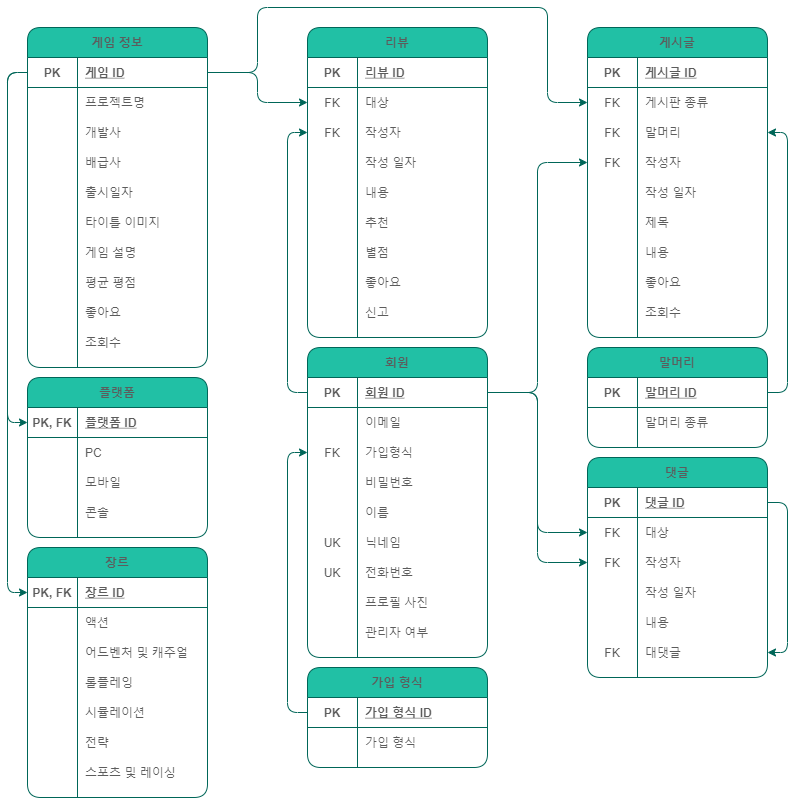
Before: MIMIC-ERD.drawio.png, a diagram exported from draw.io (Bolgasaliee/SZ.SecondFinal-Database). Source tidied: cells renumbered, new cells last; positions are measured from the earlier drawing's top-left corner, leaving out a move shared by most shapes.
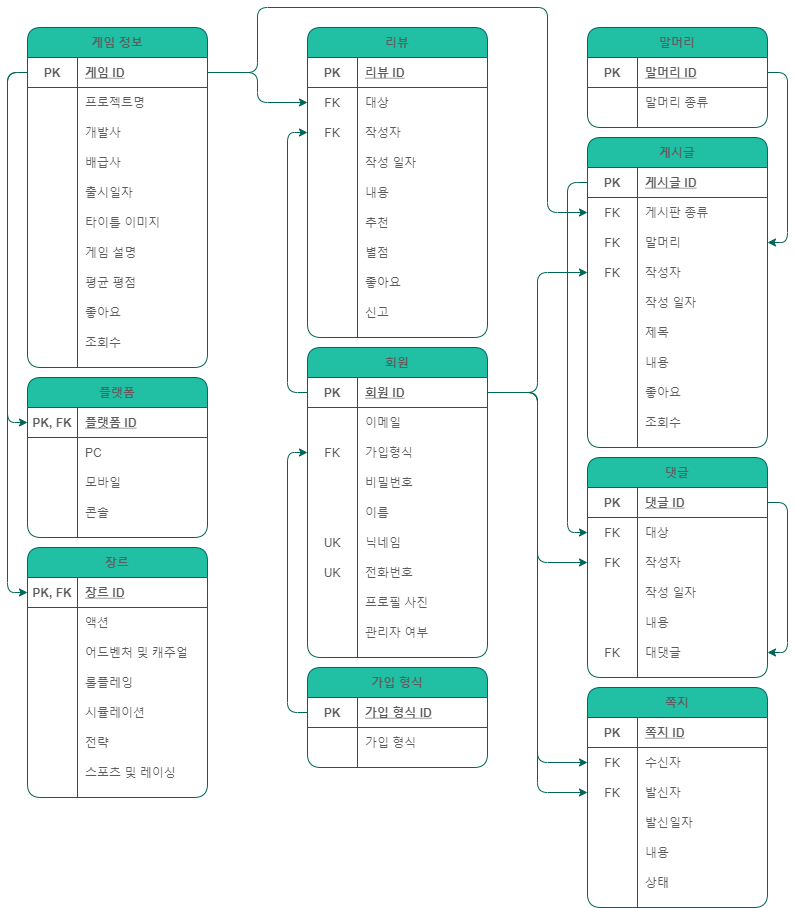
Later version of the same file.

Change to the diagram source:
```diff
@@ -87,7 +87,7 @@
       <mxGeometry x="50" width="130" height="30" as="geometry" />
     </mxCell>
     <mxCell id="30" value="게시글" style="shape=table;startSize=30;rowLines=0;fontStyle=1;align=center;fillColor=#21C0A5;strokeColor=#006658;fontColor=#5C5C5C;rounded=1;" parent="1" vertex="1">
-      <mxGeometry x="560" y="20" width="180" height="310" as="geometry" />
+      <mxGeometry x="560" y="130" width="180" height="310" as="geometry" />
     </mxCell>
     <mxCell id="31" style="shape=partialRectangle;fillColor=none;top=0;left=0;bottom=1;right=0;points=[[0,0.5],[1,0.5]];portConstraint=eastwest;strokeColor=#006658;fontColor=#5C5C5C;rounded=1;" parent="30" vertex="1">
       <mxGeometry y="30" width="180" height="30" as="geometry" />
@@ -173,7 +173,7 @@
     <mxCell id="58" value="댓글" style="shape=table;startSize=30;rowLines=0;fontStyle=1;align=center;fillColor=#21C0A5;strokeColor=#006658;fontColor=#5C5C5C;rounded=1;" parent="1" vertex="1">
       <mxGeometry x="560" y="450" width="180" height="220" as="geometry" />
     </mxCell>
-    <mxCell id="59" style="edgeStyle=orthogonalEdgeStyle;curved=0;rounded=1;sketch=0;jettySize=auto;html=1;exitX=1;exitY=0.5;exitDx=0;exitDy=0;entryX=1;entryY=0.5;entryDx=0;entryDy=0;fontColor=#5C5C5C;strokeColor=#006658;fillColor=#21C0A5;" parent="58" edge="1" source="60" target="75">
+    <mxCell id="59" style="edgeStyle=orthogonalEdgeStyle;curved=0;sketch=0;jettySize=auto;html=1;exitX=1;exitY=0.5;exitDx=0;exitDy=0;entryX=1;entryY=0.5;entryDx=0;entryDy=0;fontColor=#5C5C5C;strokeColor=#006658;fillColor=#21C0A5;" parent="58" edge="1" source="60" target="75">
       <mxGeometry relative="1" as="geometry" />
     </mxCell>
     <mxCell id="60" style="shape=partialRectangle;fillColor=none;top=0;left=0;bottom=1;right=0;points=[[0,0.5],[1,0.5]];portConstraint=eastwest;strokeColor=#006658;fontColor=#5C5C5C;rounded=1;" parent="58" vertex="1">
@@ -252,7 +252,7 @@
       <mxGeometry x="50" width="130" height="30" as="geometry" />
     </mxCell>
     <mxCell id="85" value="말머리" style="shape=table;startSize=30;rowLines=0;fontStyle=1;align=center;fillColor=#21C0A5;strokeColor=#006658;fontColor=#5C5C5C;rounded=1;" parent="1" vertex="1">
-      <mxGeometry x="560" y="340" width="180" height="100" as="geometry" />
+      <mxGeometry x="560" y="20" width="180" height="100" as="geometry" />
     </mxCell>
     <mxCell id="86" style="shape=partialRectangle;fillColor=none;top=0;left=0;bottom=1;right=0;points=[[0,0.5],[1,0.5]];portConstraint=eastwest;strokeColor=#006658;fontColor=#5C5C5C;rounded=1;" parent="85" vertex="1">
       <mxGeometry y="30" width="180" height="30" as="geometry" />
@@ -569,42 +569,105 @@
     <mxCell id="188" value="조회수" style="shape=partialRectangle;fillColor=none;top=0;left=0;bottom=0;right=0;align=left;spacingLeft=6;overflow=hidden;strokeColor=#006658;fontColor=#5C5C5C;rounded=1;" parent="186" vertex="1">
       <mxGeometry x="50" width="130" height="30" as="geometry" />
     </mxCell>
-    <mxCell id="189" style="edgeStyle=orthogonalEdgeStyle;curved=0;rounded=1;sketch=0;jettySize=auto;html=1;exitX=0;exitY=0.5;exitDx=0;exitDy=0;entryX=0;entryY=0.5;entryDx=0;entryDy=0;fontColor=#5C5C5C;strokeColor=#006658;fillColor=#21C0A5;" parent="1" edge="1" source="159" target="96">
+    <mxCell id="189" style="edgeStyle=orthogonalEdgeStyle;curved=0;sketch=0;jettySize=auto;html=1;exitX=0;exitY=0.5;exitDx=0;exitDy=0;entryX=0;entryY=0.5;entryDx=0;entryDy=0;fontColor=#5C5C5C;strokeColor=#006658;fillColor=#21C0A5;" parent="1" edge="1" source="159" target="96">
       <mxGeometry relative="1" as="geometry" />
     </mxCell>
-    <mxCell id="190" style="edgeStyle=orthogonalEdgeStyle;curved=0;rounded=1;sketch=0;jettySize=auto;html=1;exitX=0;exitY=0.5;exitDx=0;exitDy=0;entryX=0;entryY=0.5;entryDx=0;entryDy=0;fontColor=#5C5C5C;strokeColor=#006658;fillColor=#21C0A5;" parent="1" edge="1" source="159" target="137">
+    <mxCell id="190" style="edgeStyle=orthogonalEdgeStyle;curved=0;sketch=0;jettySize=auto;html=1;exitX=0;exitY=0.5;exitDx=0;exitDy=0;entryX=0;entryY=0.5;entryDx=0;entryDy=0;fontColor=#5C5C5C;strokeColor=#006658;fillColor=#21C0A5;" parent="1" edge="1" source="159" target="137">
       <mxGeometry relative="1" as="geometry" />
     </mxCell>
-    <mxCell id="191" style="edgeStyle=orthogonalEdgeStyle;curved=0;rounded=1;sketch=0;jettySize=auto;html=1;exitX=1;exitY=0.5;exitDx=0;exitDy=0;fontColor=#5C5C5C;strokeColor=#006658;fillColor=#21C0A5;" parent="1" edge="1" source="159" target="112">
+    <mxCell id="191" style="edgeStyle=orthogonalEdgeStyle;curved=0;sketch=0;jettySize=auto;html=1;exitX=1;exitY=0.5;exitDx=0;exitDy=0;fontColor=#5C5C5C;strokeColor=#006658;fillColor=#21C0A5;" parent="1" edge="1" source="159" target="112">
       <mxGeometry relative="1" as="geometry" />
     </mxCell>
-    <mxCell id="192" style="edgeStyle=orthogonalEdgeStyle;curved=0;rounded=1;sketch=0;jettySize=auto;html=1;exitX=0;exitY=0.5;exitDx=0;exitDy=0;entryX=0;entryY=0.5;entryDx=0;entryDy=0;fontColor=#5C5C5C;strokeColor=#006658;fillColor=#21C0A5;" parent="1" edge="1" source="3" target="115">
+    <mxCell id="192" style="edgeStyle=orthogonalEdgeStyle;curved=0;sketch=0;jettySize=auto;html=1;exitX=0;exitY=0.5;exitDx=0;exitDy=0;entryX=0;entryY=0.5;entryDx=0;entryDy=0;fontColor=#5C5C5C;strokeColor=#006658;fillColor=#21C0A5;" parent="1" edge="1" source="3" target="115">
       <mxGeometry relative="1" as="geometry" />
     </mxCell>
-    <mxCell id="193" style="edgeStyle=orthogonalEdgeStyle;curved=0;rounded=1;sketch=0;jettySize=auto;html=1;exitX=0;exitY=0.5;exitDx=0;exitDy=0;entryX=0;entryY=0.5;entryDx=0;entryDy=0;fontColor=#5C5C5C;strokeColor=#006658;fillColor=#21C0A5;" parent="1" edge="1" source="79" target="9">
+    <mxCell id="193" style="edgeStyle=orthogonalEdgeStyle;curved=0;sketch=0;jettySize=auto;html=1;exitX=0;exitY=0.5;exitDx=0;exitDy=0;entryX=0;entryY=0.5;entryDx=0;entryDy=0;fontColor=#5C5C5C;strokeColor=#006658;fillColor=#21C0A5;" parent="1" edge="1" source="79" target="9">
       <mxGeometry relative="1" as="geometry" />
     </mxCell>
-    <mxCell id="194" style="edgeStyle=orthogonalEdgeStyle;curved=0;rounded=1;sketch=0;jettySize=auto;html=1;exitX=1;exitY=0.5;exitDx=0;exitDy=0;entryX=0;entryY=0.5;entryDx=0;entryDy=0;fontColor=#5C5C5C;strokeColor=#006658;fillColor=#21C0A5;" parent="1" edge="1" source="3" target="40">
+    <mxCell id="194" style="edgeStyle=orthogonalEdgeStyle;curved=0;sketch=0;jettySize=auto;html=1;exitX=1;exitY=0.5;exitDx=0;exitDy=0;entryX=0;entryY=0.5;entryDx=0;entryDy=0;fontColor=#5C5C5C;strokeColor=#006658;fillColor=#21C0A5;" parent="1" edge="1" source="3" target="40">
       <mxGeometry relative="1" as="geometry" />
     </mxCell>
-    <mxCell id="195" style="edgeStyle=orthogonalEdgeStyle;curved=0;rounded=1;sketch=0;jettySize=auto;html=1;exitX=1;exitY=0.5;exitDx=0;exitDy=0;entryX=0;entryY=0.5;entryDx=0;entryDy=0;fontColor=#5C5C5C;strokeColor=#006658;fillColor=#21C0A5;" parent="1" edge="1" source="3" target="63">
-      <mxGeometry relative="1" as="geometry" />
-    </mxCell>
-    <mxCell id="196" style="edgeStyle=orthogonalEdgeStyle;curved=0;rounded=1;sketch=0;jettySize=auto;html=1;exitX=1;exitY=0.5;exitDx=0;exitDy=0;entryX=0;entryY=0.5;entryDx=0;entryDy=0;fontColor=#5C5C5C;strokeColor=#006658;fillColor=#21C0A5;" parent="1" edge="1" source="3" target="66">
+    <mxCell id="196" style="edgeStyle=orthogonalEdgeStyle;curved=0;sketch=0;jettySize=auto;html=1;exitX=1;exitY=0.5;exitDx=0;exitDy=0;entryX=0;entryY=0.5;entryDx=0;entryDy=0;fontColor=#5C5C5C;strokeColor=#006658;fillColor=#21C0A5;" parent="1" edge="1" source="3" target="66">
       <mxGeometry relative="1" as="geometry" />
     </mxCell>
-    <mxCell id="197" style="edgeStyle=orthogonalEdgeStyle;curved=0;rounded=1;sketch=0;jettySize=auto;html=1;exitX=1;exitY=0.5;exitDx=0;exitDy=0;entryX=1;entryY=0.5;entryDx=0;entryDy=0;fontColor=#5C5C5C;strokeColor=#006658;fillColor=#21C0A5;" parent="1" edge="1" source="86" target="37">
+    <mxCell id="197" style="edgeStyle=orthogonalEdgeStyle;curved=0;sketch=0;jettySize=auto;html=1;exitX=1;exitY=0.5;exitDx=0;exitDy=0;entryX=1;entryY=0.5;entryDx=0;entryDy=0;fontColor=#5C5C5C;strokeColor=#006658;fillColor=#21C0A5;" parent="1" edge="1" source="86" target="37">
       <mxGeometry relative="1" as="geometry" />
     </mxCell>
-    <mxCell id="198" style="edgeStyle=orthogonalEdgeStyle;curved=0;rounded=1;sketch=0;jettySize=auto;html=1;exitX=1;exitY=0.5;exitDx=0;exitDy=0;entryX=0;entryY=0.5;entryDx=0;entryDy=0;fontColor=#5C5C5C;strokeColor=#006658;fillColor=#21C0A5;" parent="1" edge="1" source="159" target="34">
+    <mxCell id="198" style="edgeStyle=orthogonalEdgeStyle;curved=0;sketch=0;jettySize=auto;html=1;exitX=1;exitY=0.5;exitDx=0;exitDy=0;entryX=0;entryY=0.5;entryDx=0;entryDy=0;fontColor=#5C5C5C;strokeColor=#006658;fillColor=#21C0A5;" parent="1" edge="1" source="159" target="34">
       <mxGeometry relative="1" as="geometry">
         <Array as="points">
           <mxPoint x="230" y="65" />
           <mxPoint x="230" />
           <mxPoint x="520" />
-          <mxPoint x="520" y="95" />
+          <mxPoint x="520" y="205" />
         </Array>
       </mxGeometry>
     </mxCell>
+    <mxCell id="199" value="쪽지" style="shape=table;startSize=30;rowLines=0;fontStyle=1;align=center;fillColor=#21C0A5;strokeColor=#006658;fontColor=#5C5C5C;rounded=1;" parent="1" vertex="1">
+      <mxGeometry x="560" y="680" width="180" height="220" as="geometry" />
+    </mxCell>
+    <mxCell id="200" style="shape=partialRectangle;fillColor=none;top=0;left=0;bottom=1;right=0;strokeColor=#006658;fontColor=#5C5C5C;rounded=1;" parent="199" vertex="1">
+      <mxGeometry y="30" width="180" height="30" as="geometry" />
+    </mxCell>
+    <mxCell id="201" value="PK" style="shape=partialRectangle;fillColor=none;top=0;left=0;bottom=0;right=0;fontStyle=1;overflow=hidden;strokeColor=#006658;fontColor=#5C5C5C;rounded=1;" parent="200" vertex="1">
+      <mxGeometry width="50" height="30" as="geometry" />
+    </mxCell>
+    <mxCell id="202" value="쪽지 ID" style="shape=partialRectangle;fillColor=none;top=0;left=0;bottom=0;right=0;align=left;spacingLeft=6;fontStyle=5;overflow=hidden;strokeColor=#006658;fontColor=#5C5C5C;rounded=1;" parent="200" vertex="1">
+      <mxGeometry x="50" width="130" height="30" as="geometry" />
+    </mxCell>
+    <mxCell id="203" style="shape=partialRectangle;fillColor=none;top=0;left=0;bottom=0;right=0;points=[[0,0.5],[1,0.5]];portConstraint=eastwest;strokeColor=#006658;fontColor=#5C5C5C;rounded=1;" parent="199" vertex="1">
+      <mxGeometry y="60" width="180" height="30" as="geometry" />
+    </mxCell>
+    <mxCell id="204" value="FK" style="shape=partialRectangle;fillColor=none;top=0;left=0;bottom=0;right=0;overflow=hidden;strokeColor=#006658;fontColor=#5C5C5C;rounded=1;" parent="203" vertex="1">
+      <mxGeometry width="50" height="30" as="geometry" />
+    </mxCell>
+    <mxCell id="205" value="수신자" style="shape=partialRectangle;fillColor=none;top=0;left=0;bottom=0;right=0;align=left;spacingLeft=6;overflow=hidden;strokeColor=#006658;fontColor=#5C5C5C;rounded=1;" parent="203" vertex="1">
+      <mxGeometry x="50" width="130" height="30" as="geometry" />
+    </mxCell>
+    <mxCell id="206" style="shape=partialRectangle;fillColor=none;top=0;left=0;bottom=0;right=0;points=[[0,0.5],[1,0.5]];portConstraint=eastwest;strokeColor=#006658;fontColor=#5C5C5C;rounded=1;" parent="199" vertex="1">
+      <mxGeometry y="90" width="180" height="30" as="geometry" />
+    </mxCell>
+    <mxCell id="207" value="FK" style="shape=partialRectangle;fillColor=none;top=0;left=0;bottom=0;right=0;overflow=hidden;strokeColor=#006658;fontColor=#5C5C5C;rounded=1;" parent="206" vertex="1">
+      <mxGeometry width="50" height="30" as="geometry" />
+    </mxCell>
+    <mxCell id="208" value="발신자" style="shape=partialRectangle;fillColor=none;top=0;left=0;bottom=0;right=0;align=left;spacingLeft=6;overflow=hidden;strokeColor=#006658;fontColor=#5C5C5C;rounded=1;" parent="206" vertex="1">
+      <mxGeometry x="50" width="130" height="30" as="geometry" />
+    </mxCell>
+    <mxCell id="209" style="shape=partialRectangle;fillColor=none;top=0;left=0;bottom=0;right=0;strokeColor=#006658;fontColor=#5C5C5C;rounded=1;" parent="199" vertex="1">
+      <mxGeometry y="120" width="180" height="30" as="geometry" />
+    </mxCell>
+    <mxCell id="210" style="shape=partialRectangle;fillColor=none;top=0;left=0;bottom=0;right=0;overflow=hidden;strokeColor=#006658;fontColor=#5C5C5C;rounded=1;" parent="209" vertex="1">
+      <mxGeometry width="50" height="30" as="geometry" />
+    </mxCell>
+    <mxCell id="211" value="발신일자" style="shape=partialRectangle;fillColor=none;top=0;left=0;bottom=0;right=0;align=left;spacingLeft=6;overflow=hidden;strokeColor=#006658;fontColor=#5C5C5C;rounded=1;" parent="209" vertex="1">
+      <mxGeometry x="50" width="130" height="30" as="geometry" />
+    </mxCell>
+    <mxCell id="212" style="shape=partialRectangle;fillColor=none;top=0;left=0;bottom=0;right=0;strokeColor=#006658;fontColor=#5C5C5C;rounded=1;" parent="199" vertex="1">
+      <mxGeometry y="150" width="180" height="30" as="geometry" />
+    </mxCell>
+    <mxCell id="213" style="shape=partialRectangle;fillColor=none;top=0;left=0;bottom=0;right=0;overflow=hidden;strokeColor=#006658;fontColor=#5C5C5C;rounded=1;" parent="212" vertex="1">
+      <mxGeometry width="50" height="30" as="geometry" />
+    </mxCell>
+    <mxCell id="214" value="내용" style="shape=partialRectangle;fillColor=none;top=0;left=0;bottom=0;right=0;align=left;spacingLeft=6;overflow=hidden;strokeColor=#006658;fontColor=#5C5C5C;rounded=1;" parent="212" vertex="1">
+      <mxGeometry x="50" width="130" height="30" as="geometry" />
+    </mxCell>
+    <mxCell id="215" style="shape=partialRectangle;fillColor=none;top=0;left=0;bottom=0;right=0;strokeColor=#006658;fontColor=#5C5C5C;rounded=1;" parent="199" vertex="1">
+      <mxGeometry y="180" width="180" height="30" as="geometry" />
+    </mxCell>
+    <mxCell id="216" style="shape=partialRectangle;fillColor=none;top=0;left=0;bottom=0;right=0;overflow=hidden;strokeColor=#006658;fontColor=#5C5C5C;rounded=1;" parent="215" vertex="1">
+      <mxGeometry width="50" height="30" as="geometry" />
+    </mxCell>
+    <mxCell id="217" value="상태" style="shape=partialRectangle;fillColor=none;top=0;left=0;bottom=0;right=0;align=left;spacingLeft=6;overflow=hidden;strokeColor=#006658;fontColor=#5C5C5C;rounded=1;" parent="215" vertex="1">
+      <mxGeometry x="50" width="130" height="30" as="geometry" />
+    </mxCell>
+    <mxCell id="218" style="edgeStyle=orthogonalEdgeStyle;jettySize=auto;html=1;exitX=0;exitY=0.5;exitDx=0;exitDy=0;entryX=0;entryY=0.5;entryDx=0;entryDy=0;strokeColor=#006658;fontColor=#5C5C5C;" parent="1" edge="1" source="31" target="63">
+      <mxGeometry relative="1" as="geometry" />
+    </mxCell>
+    <mxCell id="219" style="edgeStyle=orthogonalEdgeStyle;jettySize=auto;html=1;exitX=1;exitY=0.5;exitDx=0;exitDy=0;strokeColor=#006658;fontColor=#5C5C5C;" parent="1" edge="1" source="3" target="203">
+      <mxGeometry relative="1" as="geometry" />
+    </mxCell>
+    <mxCell id="220" style="edgeStyle=orthogonalEdgeStyle;jettySize=auto;html=1;exitX=1;exitY=0.5;exitDx=0;exitDy=0;entryX=0;entryY=0.5;entryDx=0;entryDy=0;strokeColor=#006658;fontColor=#5C5C5C;" parent="1" edge="1" source="3" target="206">
+      <mxGeometry relative="1" as="geometry" />
+    </mxCell>
   </root>
 </mxGraphModel>
```
